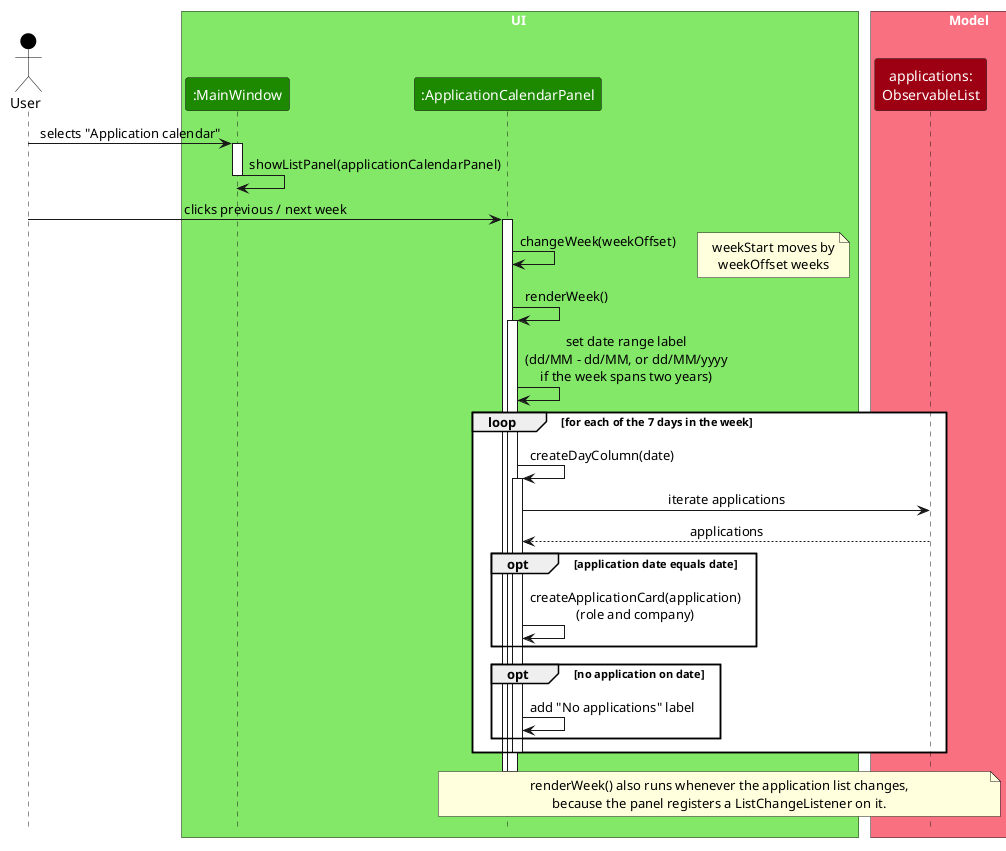
Earlier version of the PlantUML export docs/images/ApplicationCalendarSequenceDiagram.png (AY2627S1-CS2103T-T12-3/tp).
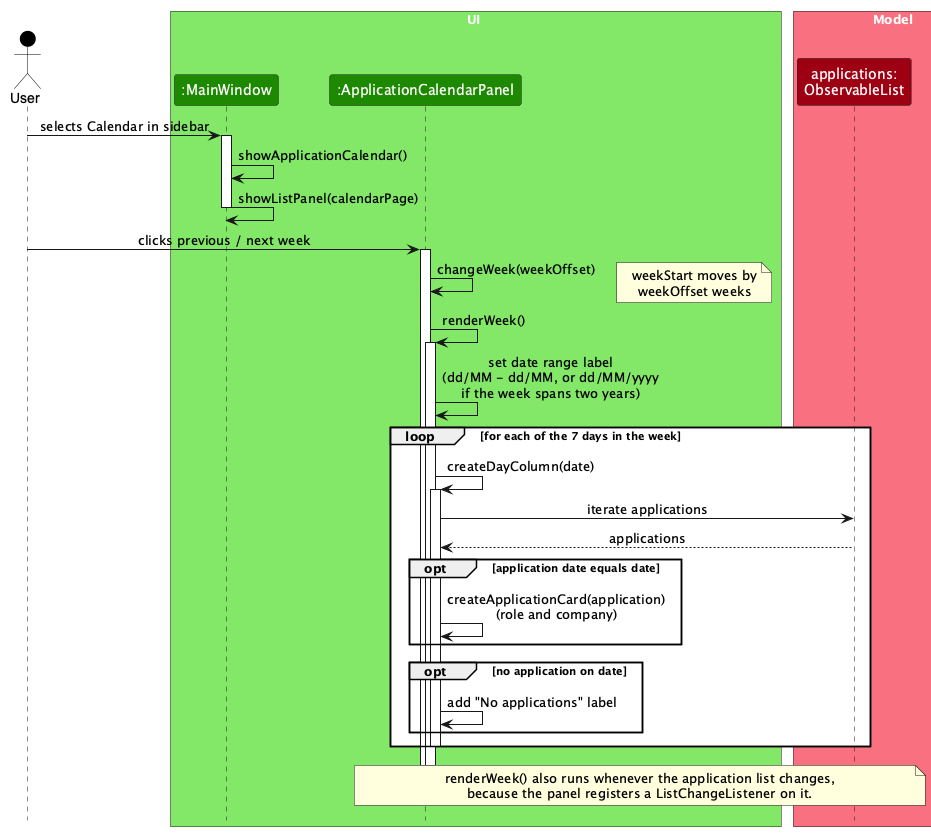
Later version of the same file.

Commit message:
docs: correct calendar navigation in developer guide

Diff of the diagram source:
```diff
@@ -13,9 +13,10 @@
 participant "applications:\nObservableList" as Applications MODEL_COLOR
 end box
 
-User -> MainWindow : selects "Application calendar"
+User -> MainWindow : selects Calendar in sidebar
 activate MainWindow
-MainWindow -> MainWindow : showListPanel(applicationCalendarPanel)
+MainWindow -> MainWindow : showApplicationCalendar()
+MainWindow -> MainWindow : showListPanel(calendarPage)
 deactivate MainWindow
 
 User -> CalendarPanel : clicks previous / next week
```
